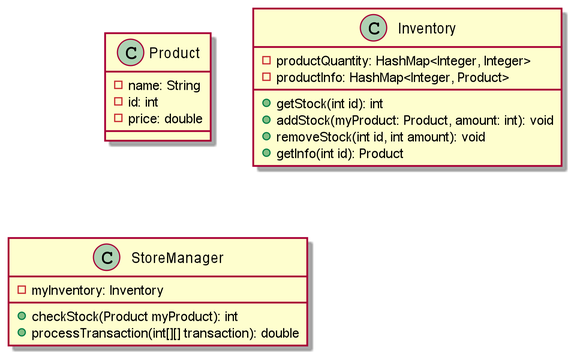
Before: diagram.png, a diagram exported from PlantUML (ASpaceFrog/E-Commerce-App).
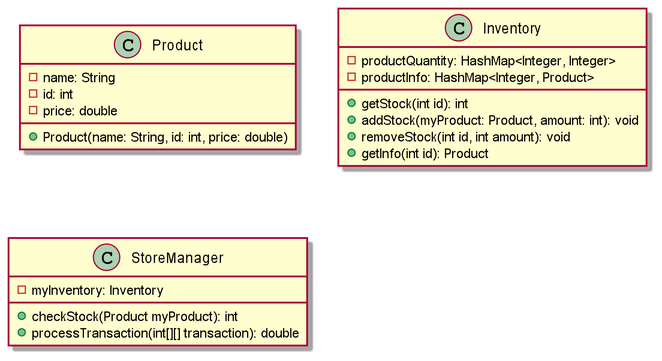
Above is the later version.

Commit message:
fix uml typo

What changed in the source:
```diff
@@ -5,6 +5,8 @@
     -name: String
     -id: int
     -price: double
+
+    +Product(name: String, id: int, price: double)
 }
 
 class Inventory {
```
